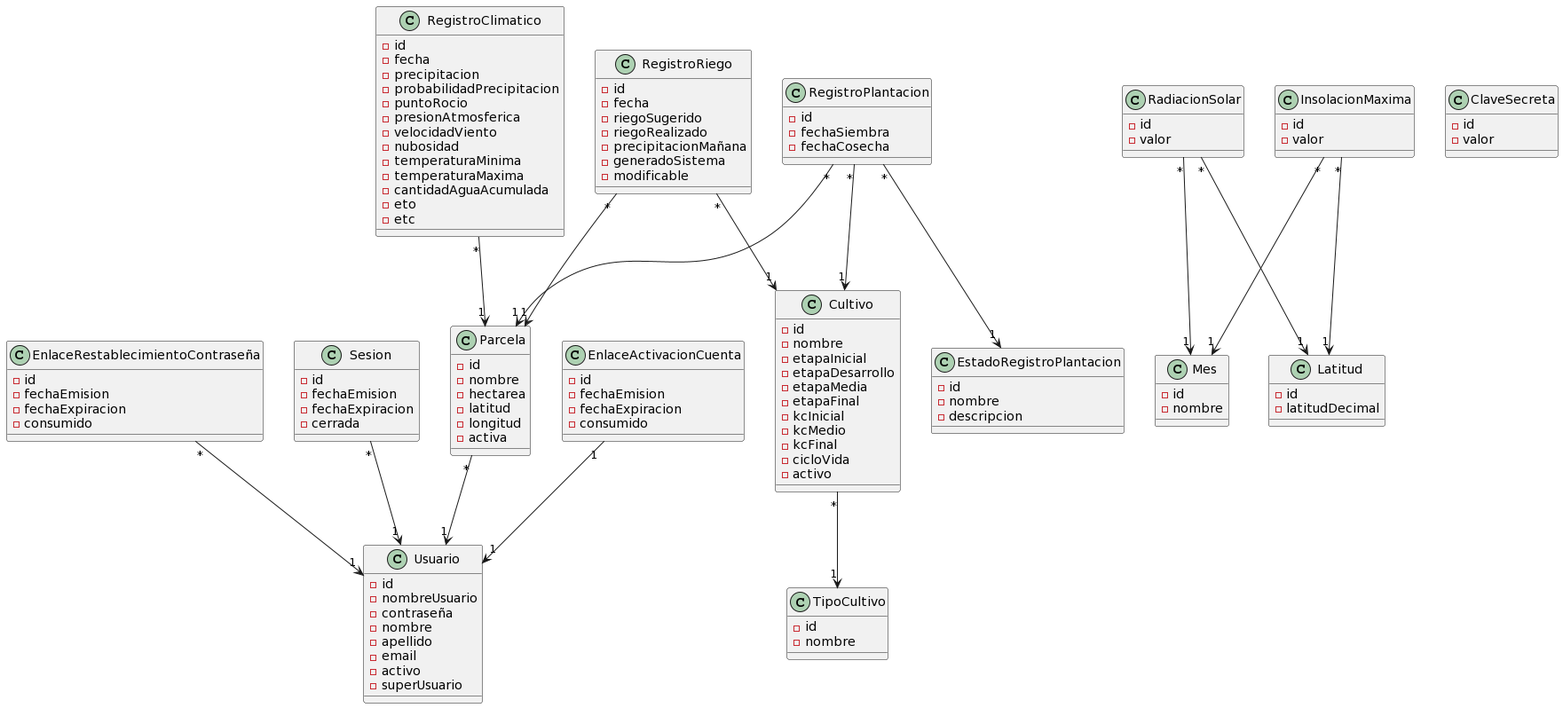
The PlantUML diagram domain model/MDominio: Sistema de riego.png in facundopaez-dev/sistema-web-riego, before a commit.
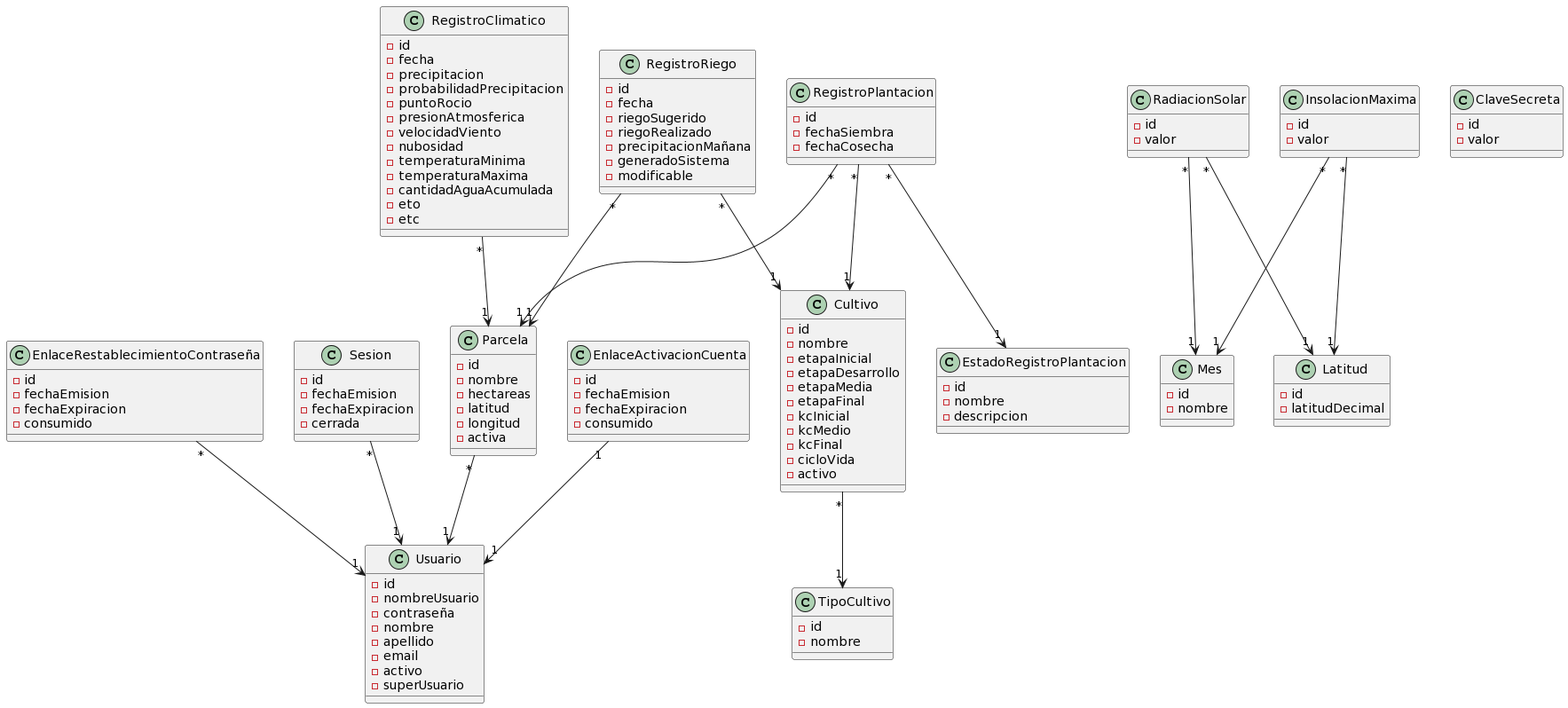
The same file after the commit.

Diff of the diagram source:
```diff
@@ -18,7 +18,7 @@
 class Parcela {
 -id
 -nombre
--hectarea
+-hectareas
 -latitud
 -longitud
 -activa
```
